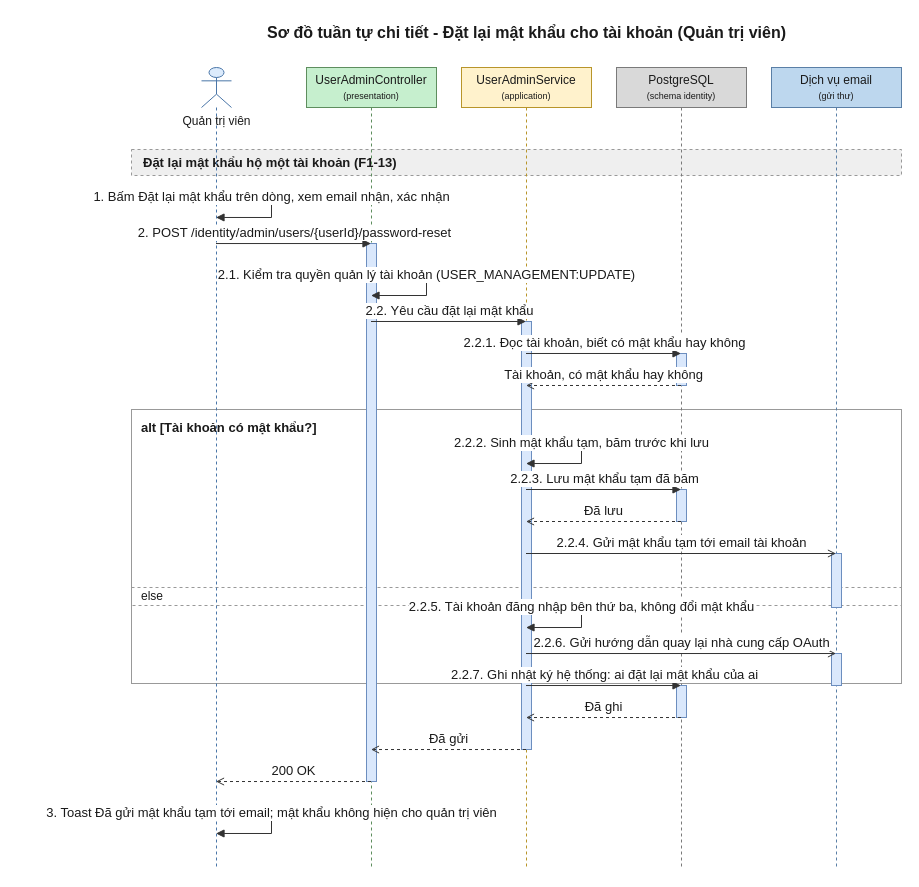
Before: 08-diagram/sequence/admin/sequence_admin_dat_lai_mat_khau.drawio in daiphu1801/PRJ_ALGOPREP, a draw.io diagram. Source tidied: cells renumbered, new cells numbered last; positions are measured from the earlier drawing's top-left corner, leaving out a move shared by most shapes. Both pictures are drawn from the tidied source at 100%, with x=0, y=0 at pixel (131, 17).
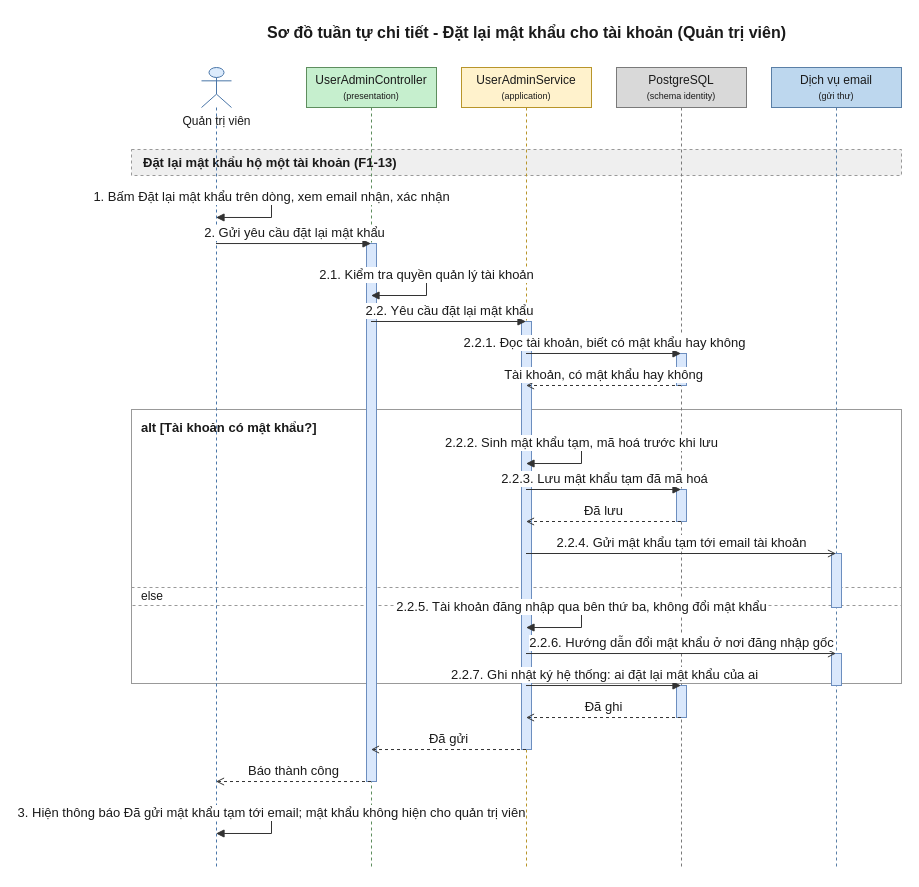
After the change.

Unchanged cells that the change refers to:
```xml
<mxCell id="6" value="Quản trị viên" style="shape=umlLifeline;participant=umlActor;perimeter=lifelinePerimeter;html=1;outlineConnect=0;size=40;verticalAlign=top;spacingTop=40;fillColor=#DCEBFC;strokeColor=#4A76A8;fontColor=#1A1A1A;" parent="1" vertex="1">
  <mxGeometry x="70" y="50" width="30" height="802" as="geometry" />
</mxCell>
<mxCell id="7" value="UserAdminController&lt;br&gt;&lt;font style=&quot;font-size:9px&quot;&gt;(presentation)&lt;/font&gt;" style="shape=umlLifeline;perimeter=lifelinePerimeter;whiteSpace=wrap;html=1;outlineConnect=0;size=40;fillColor=#C6EFCE;strokeColor=#5E8E5E;fontColor=#1A1A1A;" parent="1" vertex="1">
  <mxGeometry x="175" y="50" width="130" height="802" as="geometry" />
</mxCell>
<mxCell id="8" value="UserAdminService&lt;br&gt;&lt;font style=&quot;font-size:9px&quot;&gt;(application)&lt;/font&gt;" style="shape=umlLifeline;perimeter=lifelinePerimeter;whiteSpace=wrap;html=1;outlineConnect=0;size=40;fillColor=#FFF2CC;strokeColor=#B8952A;fontColor=#1A1A1A;" parent="1" vertex="1">
  <mxGeometry x="330" y="50" width="130" height="802" as="geometry" />
</mxCell>
<mxCell id="9" value="PostgreSQL&lt;br&gt;&lt;font style=&quot;font-size:9px&quot;&gt;(schema identity)&lt;/font&gt;" style="shape=umlLifeline;perimeter=lifelinePerimeter;whiteSpace=wrap;html=1;outlineConnect=0;size=40;fillColor=#D9D9D9;strokeColor=#7A7A7A;fontColor=#1A1A1A;" parent="1" vertex="1">
  <mxGeometry x="485" y="50" width="130" height="802" as="geometry" />
</mxCell>
<mxCell id="10" value="Dịch vụ email&lt;br&gt;&lt;font style=&quot;font-size:9px&quot;&gt;(gửi thư)&lt;/font&gt;" style="shape=umlLifeline;perimeter=lifelinePerimeter;whiteSpace=wrap;html=1;outlineConnect=0;size=40;fillColor=#BDD7EE;strokeColor=#5A7FA6;fontColor=#1A1A1A;" parent="1" vertex="1">
  <mxGeometry x="640" y="50" width="130" height="802" as="geometry" />
</mxCell>
```

Change to the diagram source:
```diff
@@
-    <mxCell id="19" value="2. POST /identity/admin/users/{userId}/password-reset" style="edgeStyle=none;html=1;endArrow=block;endFill=1;strokeColor=#333333;fontColor=#1A1A1A;fontSize=13;verticalAlign=bottom;exitX=0.5;exitY=0.2195;exitDx=0;exitDy=0;entryX=0.5;entryY=0.2195;entryDx=0;entryDy=0;" parent="1" edge="1" source="6" target="7">
+    <mxCell id="19" value="2. Gửi yêu cầu đặt lại mật khẩu" style="edgeStyle=none;html=1;endArrow=block;endFill=1;strokeColor=#333333;fontColor=#1A1A1A;fontSize=13;verticalAlign=bottom;exitX=0.5;exitY=0.2195;exitDx=0;exitDy=0;entryX=0.5;entryY=0.2195;entryDx=0;entryDy=0;" parent="1" edge="1" source="6" target="7">
       <mxGeometry relative="1" as="geometry" />
     </mxCell>
-    <mxCell id="20" value="2.1. Kiểm tra quyền quản lý tài khoản (USER_MANAGEMENT:UPDATE)" style="edgeStyle=orthogonalEdgeStyle;rounded=0;html=1;endArrow=block;endFill=1;strokeColor=#333333;fontColor=#1A1A1A;fontSize=13;verticalAlign=bottom;exitX=0.5;exitY=0.2594;exitDx=0;exitDy=0;entryX=0.5;entryY=0.2843;entryDx=0;entryDy=0;" parent="1" edge="1" source="7" target="7">
+    <mxCell id="20" value="2.1. Kiểm tra quyền quản lý tài khoản" style="edgeStyle=orthogonalEdgeStyle;rounded=0;html=1;endArrow=block;endFill=1;strokeColor=#333333;fontColor=#1A1A1A;fontSize=13;verticalAlign=bottom;exitX=0.5;exitY=0.2594;exitDx=0;exitDy=0;entryX=0.5;entryY=0.2843;entryDx=0;entryDy=0;" parent="1" edge="1" source="7" target="7">
       <mxGeometry relative="1" as="geometry">
         <Array as="points">
           <mxPoint x="295" y="258" />
           <mxPoint x="295" y="278" />
         </Array>
       </mxGeometry>
     </mxCell>
@@
-    <mxCell id="24" value="2.2.2. Sinh mật khẩu tạm, băm trước khi lưu" style="edgeStyle=orthogonalEdgeStyle;rounded=0;html=1;endArrow=block;endFill=1;strokeColor=#333333;fontColor=#1A1A1A;fontSize=13;verticalAlign=bottom;exitX=0.5;exitY=0.4688;exitDx=0;exitDy=0;entryX=0.5;entryY=0.4938;entryDx=0;entryDy=0;" parent="1" edge="1" source="8" target="8">
+    <mxCell id="24" value="2.2.2. Sinh mật khẩu tạm, mã hoá trước khi lưu" style="edgeStyle=orthogonalEdgeStyle;rounded=0;html=1;endArrow=block;endFill=1;strokeColor=#333333;fontColor=#1A1A1A;fontSize=13;verticalAlign=bottom;exitX=0.5;exitY=0.4688;exitDx=0;exitDy=0;entryX=0.5;entryY=0.4938;entryDx=0;entryDy=0;" parent="1" edge="1" source="8" target="8">
       <mxGeometry relative="1" as="geometry">
         <Array as="points">
           <mxPoint x="450" y="426" />
           <mxPoint x="450" y="446" />
         </Array>
       </mxGeometry>
     </mxCell>
-    <mxCell id="25" value="2.2.3. Lưu mật khẩu tạm đã băm" style="edgeStyle=none;html=1;endArrow=block;endFill=1;strokeColor=#333333;fontColor=#1A1A1A;fontSize=13;verticalAlign=bottom;exitX=0.5;exitY=0.5262;exitDx=0;exitDy=0;entryX=0.5;entryY=0.5262;entryDx=0;entryDy=0;" parent="1" edge="1" source="8" target="9">
+    <mxCell id="25" value="2.2.3. Lưu mật khẩu tạm đã mã hoá" style="edgeStyle=none;html=1;endArrow=block;endFill=1;strokeColor=#333333;fontColor=#1A1A1A;fontSize=13;verticalAlign=bottom;exitX=0.5;exitY=0.5262;exitDx=0;exitDy=0;entryX=0.5;entryY=0.5262;entryDx=0;entryDy=0;" parent="1" edge="1" source="8" target="9">
       <mxGeometry relative="1" as="geometry" />
     </mxCell>
@@
-    <mxCell id="28" value="2.2.5. Tài khoản đăng nhập bên thứ ba, không đổi mật khẩu" style="edgeStyle=orthogonalEdgeStyle;rounded=0;html=1;endArrow=block;endFill=1;strokeColor=#333333;fontColor=#1A1A1A;fontSize=13;verticalAlign=bottom;exitX=0.5;exitY=0.6733;exitDx=0;exitDy=0;entryX=0.5;entryY=0.6983;entryDx=0;entryDy=0;" parent="1" edge="1" source="8" target="8">
+    <mxCell id="28" value="2.2.5. Tài khoản đăng nhập qua bên thứ ba, không đổi mật khẩu" style="edgeStyle=orthogonalEdgeStyle;rounded=0;html=1;endArrow=block;endFill=1;strokeColor=#333333;fontColor=#1A1A1A;fontSize=13;verticalAlign=bottom;exitX=0.5;exitY=0.6733;exitDx=0;exitDy=0;entryX=0.5;entryY=0.6983;entryDx=0;entryDy=0;" parent="1" edge="1" source="8" target="8">
       <mxGeometry relative="1" as="geometry">
         <Array as="points">
           <mxPoint x="450" y="590" />
           <mxPoint x="450" y="610" />
         </Array>
       </mxGeometry>
     </mxCell>
-    <mxCell id="29" value="2.2.6. Gửi hướng dẫn quay lại nhà cung cấp OAuth" style="edgeStyle=none;html=1;endArrow=open;endFill=0;strokeColor=#333333;fontColor=#1A1A1A;fontSize=13;verticalAlign=bottom;exitX=0.5;exitY=0.7307;exitDx=0;exitDy=0;entryX=0.5;entryY=0.7307;entryDx=0;entryDy=0;" parent="1" edge="1" source="8" target="10">
+    <mxCell id="29" value="2.2.6. Hướng dẫn đổi mật khẩu ở nơi đăng nhập gốc" style="edgeStyle=none;html=1;endArrow=open;endFill=0;strokeColor=#333333;fontColor=#1A1A1A;fontSize=13;verticalAlign=bottom;exitX=0.5;exitY=0.7307;exitDx=0;exitDy=0;entryX=0.5;entryY=0.7307;entryDx=0;entryDy=0;" parent="1" edge="1" source="8" target="10">
       <mxGeometry relative="1" as="geometry" />
     </mxCell>
@@
-    <mxCell id="33" value="200 OK" style="edgeStyle=none;html=1;endArrow=open;endFill=0;dashed=1;strokeColor=#333333;fontColor=#1A1A1A;fontSize=13;verticalAlign=bottom;exitX=0.5;exitY=0.8903;exitDx=0;exitDy=0;entryX=0.5;entryY=0.8903;entryDx=0;entryDy=0;" parent="1" edge="1" source="7" target="6">
+    <mxCell id="33" value="Báo thành công" style="edgeStyle=none;html=1;endArrow=open;endFill=0;dashed=1;strokeColor=#333333;fontColor=#1A1A1A;fontSize=13;verticalAlign=bottom;exitX=0.5;exitY=0.8903;exitDx=0;exitDy=0;entryX=0.5;entryY=0.8903;entryDx=0;entryDy=0;" parent="1" edge="1" source="7" target="6">
       <mxGeometry relative="1" as="geometry" />
     </mxCell>
-    <mxCell id="34" value="3. Toast Đã gửi mật khẩu tạm tới email; mật khẩu không hiện cho quản trị viên" style="edgeStyle=orthogonalEdgeStyle;rounded=0;html=1;endArrow=block;endFill=1;strokeColor=#333333;fontColor=#1A1A1A;fontSize=13;verticalAlign=bottom;exitX=0.5;exitY=0.9302;exitDx=0;exitDy=0;entryX=0.5;entryY=0.9551;entryDx=0;entryDy=0;" parent="1" edge="1" source="6" target="6">
+    <mxCell id="34" value="3. Hiện thông báo Đã gửi mật khẩu tạm tới email; mật khẩu không hiện cho quản trị viên" style="edgeStyle=orthogonalEdgeStyle;rounded=0;html=1;endArrow=block;endFill=1;strokeColor=#333333;fontColor=#1A1A1A;fontSize=13;verticalAlign=bottom;exitX=0.5;exitY=0.9302;exitDx=0;exitDy=0;entryX=0.5;entryY=0.9551;entryDx=0;entryDy=0;" parent="1" edge="1" source="6" target="6">
       <mxGeometry relative="1" as="geometry">
         <Array as="points">
           <mxPoint x="140" y="796" />
           <mxPoint x="140" y="816" />
         </Array>
       </mxGeometry>
     </mxCell>
```
